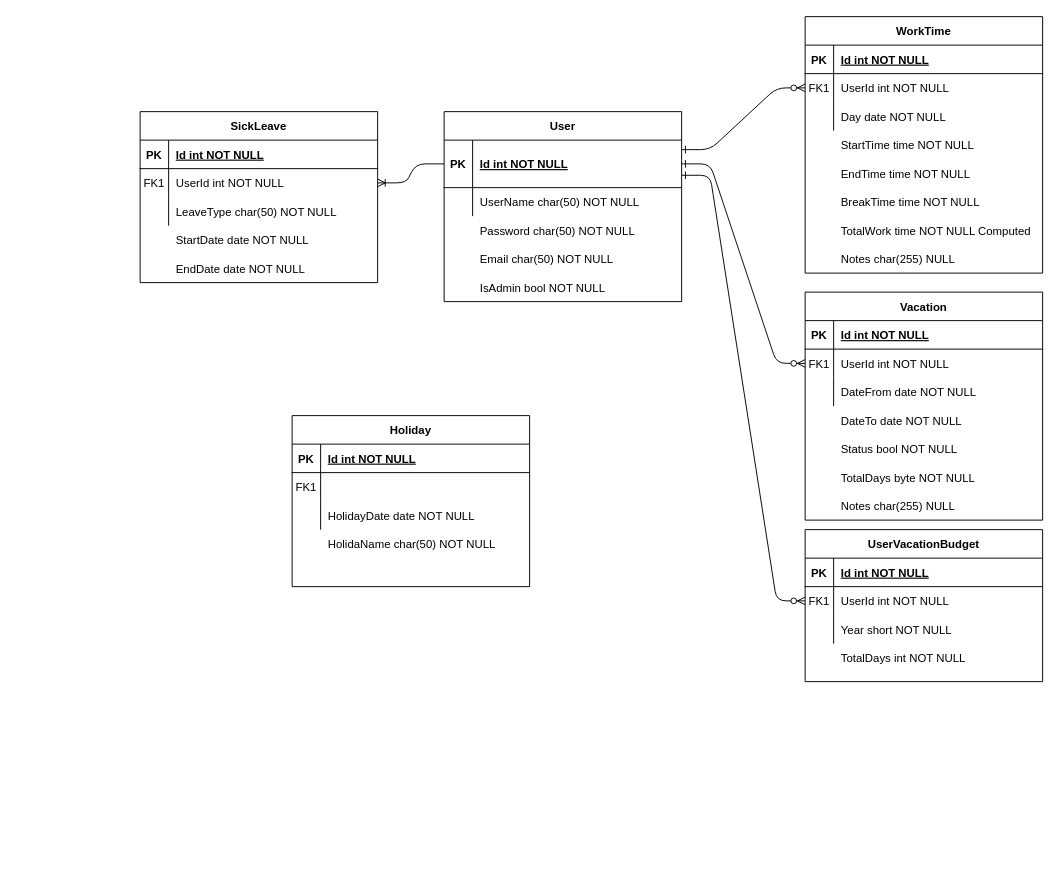
The draw.io diagram Journal01-Entity-Diagram.drawio in MilivojP/MyBlazorApp, before the edit. Source tidied: cells renumbered, new cells numbered last; positions are measured from the earlier drawing's top-left corner, leaving out a move shared by most shapes. Both pictures are drawn from the tidied source at 95%, with x=0, y=0 at pixel (140, 16).
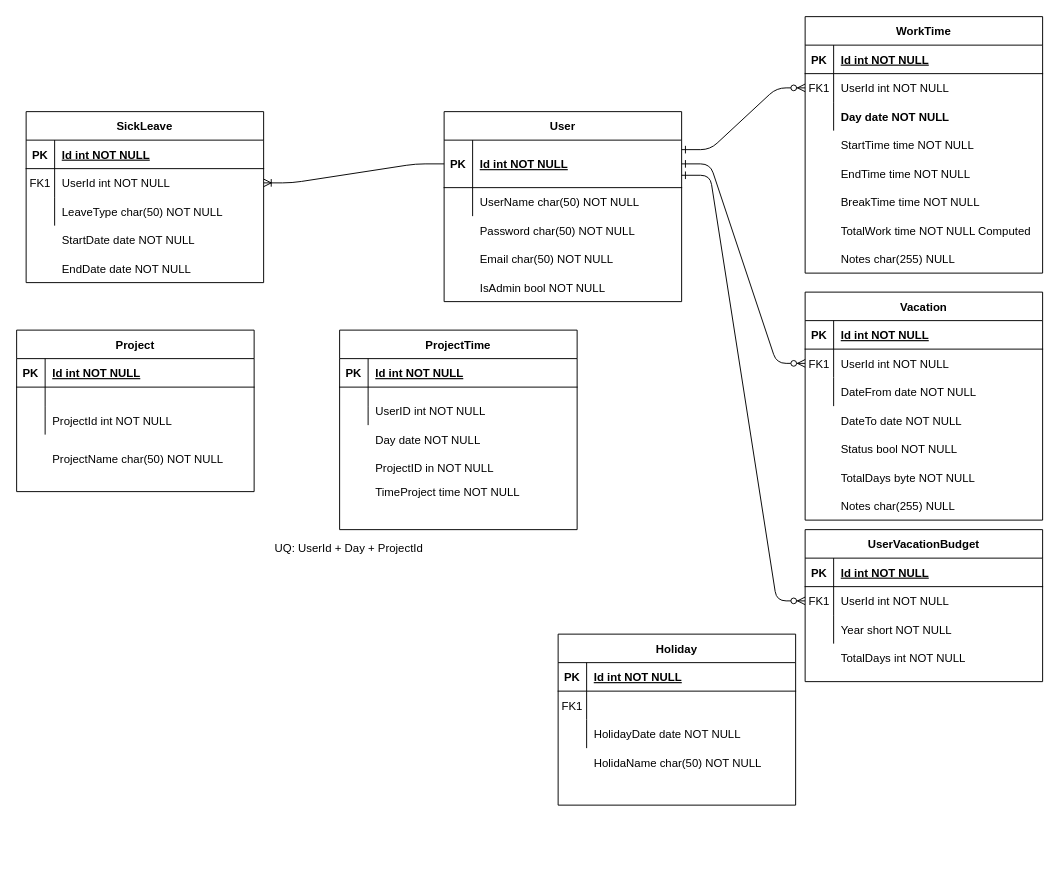
The same diagram, later.

Unchanged cells that the change refers to:
```xml
<mxCell id="12" style="shape=partialRectangle;fillColor=none;top=0;left=0;right=0;bottom=0;" parent="5" vertex="1">
  <mxGeometry y="90" width="250" height="30" as="geometry" />
</mxCell>
```

What changed in the source:
```diff
@@
-    <mxCell id="14" value="Day date NOT NULL" style="shape=partialRectangle;overflow=hidden;fillColor=none;top=0;left=0;bottom=0;right=0;align=left;spacingLeft=6;" parent="12" vertex="1">
+    <mxCell id="14" value="Day date NOT NULL" style="shape=partialRectangle;overflow=hidden;fillColor=none;top=0;left=0;bottom=0;right=0;align=left;spacingLeft=6;fontStyle=1;" parent="12" vertex="1">
       <mxGeometry x="30" width="220" height="30" as="geometry" />
     </mxCell>
@@
     <mxCell id="47" style="group;" parent="1" vertex="1">
-      <mxGeometry y="100" width="250" height="240" as="geometry" />
+      <mxGeometry x="-120" y="100" width="250" height="240" as="geometry" />
     </mxCell>
@@
     <mxCell id="72" style="group;" parent="1" vertex="1">
-      <mxGeometry x="160" y="420" width="250" height="240" as="geometry" />
+      <mxGeometry x="440" y="650" width="250" height="240" as="geometry" />
     </mxCell>
@@
+    <mxCell id="84" style="group;" parent="1" vertex="1">
+      <mxGeometry x="-130" y="330" width="250" height="240" as="geometry" />
+    </mxCell>
+    <mxCell id="85" value="Project" style="shape=table;startSize=30;childLayout=tableLayout;rowLines=0;fontStyle=1;align=center;" parent="84" vertex="1">
+      <mxGeometry width="250" height="170" as="geometry" />
+    </mxCell>
+    <mxCell id="86" style="shape=partialRectangle;fillColor=none;top=0;left=0;right=0;bottom=1;" parent="85" vertex="1">
+      <mxGeometry y="30" width="250" height="30" as="geometry" />
+    </mxCell>
+    <mxCell id="87" value="PK" style="shape=partialRectangle;overflow=hidden;fillColor=none;top=0;left=0;bottom=0;right=0;fontStyle=1;" parent="86" vertex="1">
+      <mxGeometry width="30" height="30" as="geometry" />
+    </mxCell>
+    <mxCell id="88" value="Id int NOT NULL" style="shape=partialRectangle;overflow=hidden;fillColor=none;top=0;left=0;bottom=0;right=0;align=left;spacingLeft=6;fontStyle=5;" parent="86" vertex="1">
+      <mxGeometry x="30" width="220" height="30" as="geometry" />
+    </mxCell>
+    <mxCell id="89" style="shape=partialRectangle;fillColor=none;top=0;left=0;right=0;bottom=0;" parent="85" vertex="1">
+      <mxGeometry y="60" width="250" height="20" as="geometry" />
+    </mxCell>
+    <mxCell id="90" style="shape=partialRectangle;overflow=hidden;fillColor=none;top=0;left=0;bottom=0;right=0;" parent="89" vertex="1">
+      <mxGeometry width="30" height="20" as="geometry" />
+    </mxCell>
+    <mxCell id="91" style="shape=partialRectangle;overflow=hidden;fillColor=none;top=0;left=0;bottom=0;right=0;align=left;spacingLeft=6;" parent="89" vertex="1">
+      <mxGeometry x="30" width="220" height="20" as="geometry" />
+    </mxCell>
+    <mxCell id="92" style="shape=partialRectangle;fillColor=none;top=0;left=0;right=0;bottom=0;" parent="85" vertex="1">
+      <mxGeometry y="80" width="250" height="30" as="geometry" />
+    </mxCell>
+    <mxCell id="93" style="shape=partialRectangle;overflow=hidden;fillColor=none;top=0;left=0;bottom=0;right=0;" parent="92" vertex="1">
+      <mxGeometry width="30" height="30" as="geometry" />
+    </mxCell>
+    <mxCell id="94" value="ProjectId int NOT NULL" style="shape=partialRectangle;overflow=hidden;fillColor=none;top=0;left=0;bottom=0;right=0;align=left;spacingLeft=6;" parent="92" vertex="1">
+      <mxGeometry x="30" width="220" height="30" as="geometry" />
+    </mxCell>
+    <mxCell id="95" value="ProjectName char(50) NOT NULL" style="shape=partialRectangle;overflow=hidden;fillColor=none;top=0;left=0;bottom=0;right=0;align=left;spacingLeft=6;" parent="84" vertex="1">
+      <mxGeometry x="30" y="120" width="220" height="30" as="geometry" />
+    </mxCell>
+    <mxCell id="96" style="group;" parent="1" vertex="1">
+      <mxGeometry x="210" y="340" width="250" height="250" as="geometry" />
+    </mxCell>
+    <mxCell id="97" value="ProjectTime" style="shape=table;startSize=30;childLayout=tableLayout;rowLines=0;fontStyle=1;align=center;" parent="96" vertex="1">
+      <mxGeometry y="-10" width="250" height="210" as="geometry" />
+    </mxCell>
+    <mxCell id="98" style="shape=partialRectangle;fillColor=none;top=0;left=0;right=0;bottom=1;" parent="97" vertex="1">
+      <mxGeometry y="30" width="250" height="30" as="geometry" />
+    </mxCell>
+    <mxCell id="99" value="PK" style="shape=partialRectangle;overflow=hidden;fillColor=none;top=0;left=0;bottom=0;right=0;fontStyle=1;" parent="98" vertex="1">
+      <mxGeometry width="30" height="30" as="geometry" />
+    </mxCell>
+    <mxCell id="100" value="Id int NOT NULL" style="shape=partialRectangle;overflow=hidden;fillColor=none;top=0;left=0;bottom=0;right=0;align=left;spacingLeft=6;fontStyle=5;" parent="98" vertex="1">
+      <mxGeometry x="30" width="220" height="30" as="geometry" />
+    </mxCell>
+    <mxCell id="101" style="shape=partialRectangle;fillColor=none;top=0;left=0;right=0;bottom=0;" parent="97" vertex="1">
+      <mxGeometry y="60" width="250" height="20" as="geometry" />
+    </mxCell>
+    <mxCell id="102" style="shape=partialRectangle;overflow=hidden;fillColor=none;top=0;left=0;bottom=0;right=0;" parent="101" vertex="1">
+      <mxGeometry width="30" height="20" as="geometry" />
+    </mxCell>
+    <mxCell id="103" style="shape=partialRectangle;overflow=hidden;fillColor=none;top=0;left=0;bottom=0;right=0;align=left;spacingLeft=6;" parent="101" vertex="1">
+      <mxGeometry x="30" width="220" height="20" as="geometry" />
+    </mxCell>
+    <mxCell id="104" style="shape=partialRectangle;fillColor=none;top=0;left=0;right=0;bottom=0;" parent="97" vertex="1">
+      <mxGeometry y="80" width="250" height="20" as="geometry" />
+    </mxCell>
+    <mxCell id="105" style="shape=partialRectangle;overflow=hidden;fillColor=none;top=0;left=0;bottom=0;right=0;" parent="104" vertex="1">
+      <mxGeometry width="30" height="20" as="geometry" />
+    </mxCell>
+    <mxCell id="106" style="shape=partialRectangle;overflow=hidden;fillColor=none;top=0;left=0;bottom=0;right=0;align=left;spacingLeft=6;" parent="104" vertex="1">
+      <mxGeometry x="30" width="220" height="20" as="geometry" />
+    </mxCell>
+    <mxCell id="107" value="Day date NOT NULL " style="shape=partialRectangle;overflow=hidden;fillColor=none;top=0;left=0;bottom=0;right=0;align=left;spacingLeft=6;" parent="96" vertex="1">
+      <mxGeometry x="30" y="90" width="220" height="30" as="geometry" />
+    </mxCell>
+    <mxCell id="108" value="ProjectID in NOT NULL" style="shape=partialRectangle;overflow=hidden;fillColor=none;top=0;left=0;bottom=0;right=0;align=left;spacingLeft=6;" parent="96" vertex="1">
+      <mxGeometry x="30" y="120" width="220" height="30" as="geometry" />
+    </mxCell>
+    <mxCell id="109" value="TimeProject time NOT NULL" style="shape=partialRectangle;overflow=hidden;fillColor=none;top=0;left=0;bottom=0;right=0;align=left;spacingLeft=6;" parent="96" vertex="1">
+      <mxGeometry x="30" y="140" width="220" height="40" as="geometry" />
+    </mxCell>
+    <mxCell id="110" value="UQ: UserId + Day + ProjectId" style="text;html=1;strokeColor=none;fillColor=none;align=left;verticalAlign=middle;whiteSpace=wrap;rounded=0;" parent="96" vertex="1">
+      <mxGeometry x="-70" y="210" width="240" height="20" as="geometry" />
+    </mxCell>
+    <mxCell id="111" value="UserID int NOT NULL" style="shape=partialRectangle;overflow=hidden;fillColor=none;top=0;left=0;bottom=0;right=0;align=left;spacingLeft=6;" parent="96" vertex="1">
+      <mxGeometry x="30" y="60" width="220" height="30" as="geometry" />
+    </mxCell>
```
